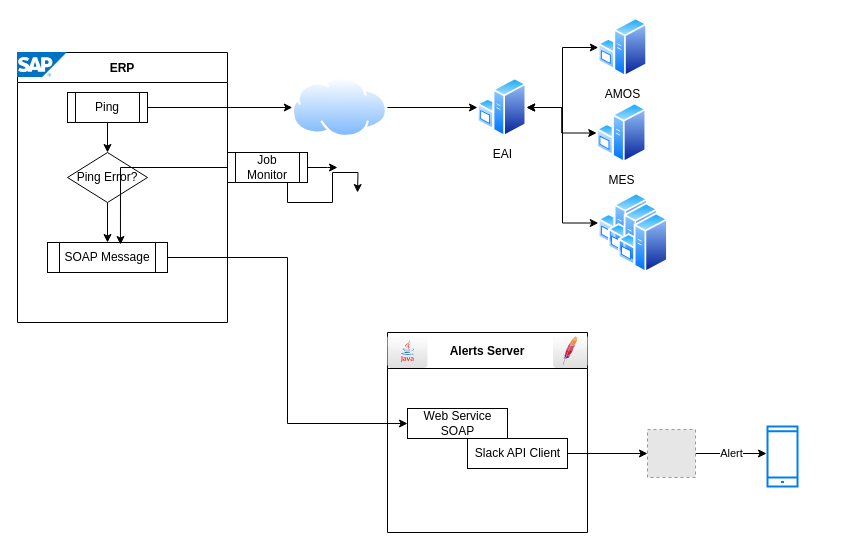
Before: Untitled Diagram.drawio in renemaldonado/mmx, a draw.io diagram. Source tidied: cells renumbered, new cells numbered last; positions are measured from the earlier drawing's top-left corner, leaving out a move shared by most shapes. Both pictures are drawn from the tidied source at 100%, with x=0, y=0 at pixel (17, 17). Pictures stored in the file or linked from it are replaced by grey dashed boxes.
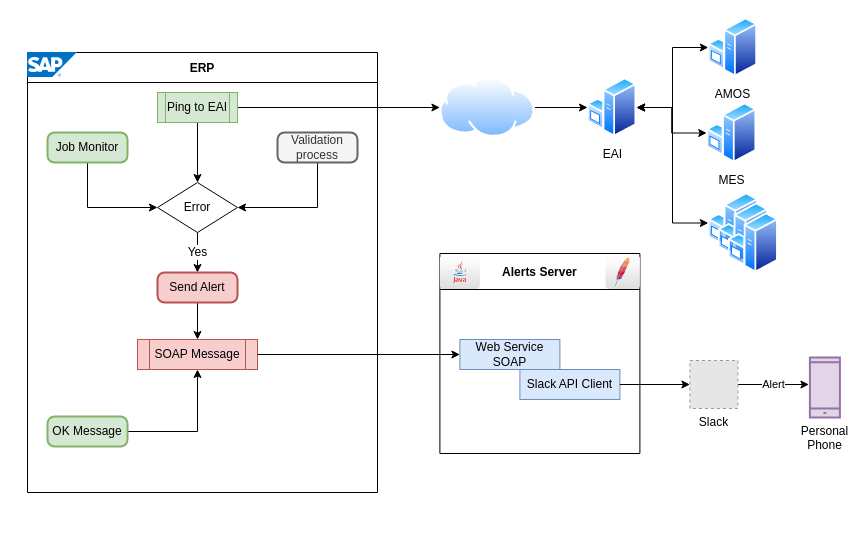
After the change.

Change to the diagram source:
```diff
@@
     <mxCell id="3" style="perimeter=ellipsePerimeter;html=1;align=center;shadow=0;dashed=0;spacingTop=3;image;image=img/lib/active_directory/internet_cloud.svg;" parent="1" vertex="1">
-      <mxGeometry x="274.8" y="60" width="95.2" height="60" as="geometry" />
+      <mxGeometry x="422.4" y="60" width="95.2" height="60" as="geometry" />
     </mxCell>
@@
     <mxCell id="7" value="EAI" style="perimeter=ellipsePerimeter;html=1;align=center;shadow=0;dashed=0;spacingTop=3;image;image=img/lib/active_directory/windows_server.svg;" parent="1" vertex="1">
-      <mxGeometry x="460" y="60" width="49.2" height="60" as="geometry" />
+      <mxGeometry x="570" y="60" width="49.2" height="60" as="geometry" />
     </mxCell>
@@
-    <mxCell id="10" value="Ping" style="shape=process;whiteSpace=wrap;html=1;backgroundOutline=1;" parent="1" vertex="1">
-      <mxGeometry x="50" y="75" width="80" height="30" as="geometry" />
+    <mxCell id="10" value="Ping to EAI" style="shape=process;whiteSpace=wrap;html=1;backgroundOutline=1;fillColor=#d5e8d4;strokeColor=#82b366;" parent="1" vertex="1">
+      <mxGeometry x="140" y="75" width="80" height="30" as="geometry" />
     </mxCell>
-    <mxCell id="11" style="edgeStyle=orthogonalEdgeStyle;rounded=0;jettySize=auto;html=1;entryX=0.5;entryY=0;entryDx=0;entryDy=0;" parent="1" edge="1" source="12" target="14">
-      <mxGeometry relative="1" as="geometry" />
-    </mxCell>
-    <mxCell id="12" value="Ping Error?" style="rhombus;whiteSpace=wrap;html=1;" parent="1" vertex="1">
-      <mxGeometry x="50" y="135" width="80" height="50" as="geometry" />
-    </mxCell>
     <mxCell id="13" value="ERP" style="swimlane;startSize=30;" parent="1" vertex="1">
-      <mxGeometry y="35" width="210" height="270" as="geometry" />
+      <mxGeometry x="10" y="35" width="350" height="440" as="geometry" />
     </mxCell>
-    <mxCell id="14" value="SOAP Message" style="shape=process;whiteSpace=wrap;html=1;backgroundOutline=1;" parent="13" vertex="1">
-      <mxGeometry x="30" y="190" width="120" height="30" as="geometry" />
+    <mxCell id="14" value="SOAP Message" style="shape=process;whiteSpace=wrap;html=1;backgroundOutline=1;fillColor=#f8cecc;strokeColor=#b85450;" parent="13" vertex="1">
+      <mxGeometry x="110" y="287" width="120" height="30" as="geometry" />
     </mxCell>
@@
+    <mxCell id="35" value="Yes" style="edgeStyle=orthogonalEdgeStyle;rounded=0;jettySize=auto;html=1;entryX=0.5;entryY=0;entryDx=0;entryDy=0;startArrow=none;startFill=0;fontSize=12;" parent="13" edge="1" source="12" target="40">
+      <mxGeometry relative="1" as="geometry" />
+    </mxCell>
+    <mxCell id="12" value="Error" style="rhombus;whiteSpace=wrap;html=1;" parent="13" vertex="1">
+      <mxGeometry x="130" y="130" width="80" height="50" as="geometry" />
+    </mxCell>
+    <mxCell id="36" style="edgeStyle=orthogonalEdgeStyle;rounded=0;jettySize=auto;html=1;entryX=1;entryY=0.5;entryDx=0;entryDy=0;startArrow=none;startFill=0;fontSize=12;exitX=0.5;exitY=1;exitDx=0;exitDy=0;" parent="13" edge="1" source="37" target="12">
+      <mxGeometry relative="1" as="geometry" />
+    </mxCell>
+    <mxCell id="37" value="Validation process" style="rounded=1;whiteSpace=wrap;html=1;absoluteArcSize=1;arcSize=14;strokeWidth=2;fontSize=12;fillColor=#f5f5f5;strokeColor=#666666;fontColor=#333333;" parent="13" vertex="1">
+      <mxGeometry x="250" y="80" width="80" height="30" as="geometry" />
+    </mxCell>
+    <mxCell id="38" style="edgeStyle=orthogonalEdgeStyle;rounded=0;jettySize=auto;html=1;entryX=0;entryY=0.5;entryDx=0;entryDy=0;startArrow=none;startFill=0;fontSize=12;exitX=0.5;exitY=1;exitDx=0;exitDy=0;" parent="13" edge="1" source="30" target="12">
+      <mxGeometry relative="1" as="geometry" />
+    </mxCell>
+    <mxCell id="30" value="Job Monitor" style="rounded=1;whiteSpace=wrap;html=1;absoluteArcSize=1;arcSize=14;strokeWidth=2;fontSize=12;fillColor=#d5e8d4;strokeColor=#82b366;" parent="13" vertex="1">
+      <mxGeometry x="20" y="80" width="80" height="30" as="geometry" />
+    </mxCell>
+    <mxCell id="39" style="edgeStyle=orthogonalEdgeStyle;rounded=0;jettySize=auto;html=1;entryX=0.5;entryY=0;entryDx=0;entryDy=0;startArrow=none;startFill=0;fontSize=12;" parent="13" edge="1" source="40" target="14">
+      <mxGeometry relative="1" as="geometry" />
+    </mxCell>
+    <mxCell id="40" value="Send Alert" style="rounded=1;whiteSpace=wrap;html=1;absoluteArcSize=1;arcSize=14;strokeWidth=2;fontSize=12;fillColor=#f8cecc;strokeColor=#b85450;" parent="13" vertex="1">
+      <mxGeometry x="130" y="220" width="80" height="30" as="geometry" />
+    </mxCell>
+    <mxCell id="41" style="edgeStyle=orthogonalEdgeStyle;rounded=0;jettySize=auto;html=1;entryX=0.5;entryY=1;entryDx=0;entryDy=0;startArrow=none;startFill=0;fontSize=12;" parent="13" edge="1" source="42" target="14">
+      <mxGeometry relative="1" as="geometry" />
+    </mxCell>
+    <mxCell id="42" value="OK Message" style="rounded=1;whiteSpace=wrap;html=1;absoluteArcSize=1;arcSize=14;strokeWidth=2;fontSize=12;fillColor=#d5e8d4;strokeColor=#82b366;" parent="13" vertex="1">
+      <mxGeometry x="20" y="364" width="80" height="30" as="geometry" />
+    </mxCell>
     <mxCell id="16" value="Alerts Server" style="swimlane;startSize=36;" parent="1" vertex="1">
-      <mxGeometry x="370" y="315" width="200" height="200" as="geometry" />
+      <mxGeometry x="422.4" y="236" width="200" height="200" as="geometry" />
     </mxCell>
@@
-    <mxCell id="18" value="Web Service&lt;br&gt;SOAP" style="html=1;rounded=0;" parent="16" vertex="1">
-      <mxGeometry x="20" y="76" width="100" height="30" as="geometry" />
+    <mxCell id="18" value="Web Service&lt;br&gt;SOAP" style="html=1;rounded=0;fillColor=#dae8fc;strokeColor=#6c8ebf;" parent="16" vertex="1">
+      <mxGeometry x="20" y="86" width="100" height="30" as="geometry" />
     </mxCell>
-    <mxCell id="19" value="Slack API Client" style="html=1;rounded=0;" parent="16" vertex="1">
-      <mxGeometry x="80" y="106" width="100" height="30" as="geometry" />
+    <mxCell id="19" value="Slack API Client" style="html=1;rounded=0;fillColor=#dae8fc;strokeColor=#6c8ebf;" parent="16" vertex="1">
+      <mxGeometry x="80" y="116" width="100" height="30" as="geometry" />
     </mxCell>
@@
-    <mxCell id="22" style="html=1;verticalLabelPosition=bottom;align=center;labelBackgroundColor=#ffffff;verticalAlign=top;strokeWidth=2;strokeColor=#0080F0;shadow=0;dashed=0;shape=mxgraph.ios7.icons.smartphone;" parent="1" vertex="1">
-      <mxGeometry x="750" y="409" width="30" height="60" as="geometry" />
+    <mxCell id="22" value="Personal &lt;br&gt;Phone" style="html=1;verticalLabelPosition=bottom;align=center;labelBackgroundColor=#ffffff;verticalAlign=top;strokeWidth=2;strokeColor=#9673a6;shadow=0;dashed=0;shape=mxgraph.ios7.icons.smartphone;fillColor=#e1d5e7;" parent="1" vertex="1">
+      <mxGeometry x="792.4" y="340" width="30" height="60" as="geometry" />
     </mxCell>
-    <mxCell id="23" style="edgeStyle=orthogonalEdgeStyle;rounded=0;jettySize=auto;html=1;entryX=0;entryY=0.5;entryDx=0;entryDy=0;" parent="1" edge="1" source="14" target="18">
+    <mxCell id="23" style="edgeStyle=orthogonalEdgeStyle;rounded=0;jettySize=auto;html=1;entryX=0;entryY=0.5;entryDx=0;entryDy=0;exitX=1;exitY=0.5;exitDx=0;exitDy=0;" parent="1" edge="1" source="14" target="18">
       <mxGeometry relative="1" as="geometry" />
     </mxCell>
@@
-    <mxCell id="25" style="fillColor=#E6E6E6;strokeColor=#999999;dashed=1;html=1;verticalAlign=top;verticalLabelPosition=bottom;labelBackgroundColor=#ffffff;" parent="1" vertex="1">
-      <mxGeometry x="630" y="412" width="48" height="48" as="geometry" />
+    <mxCell id="25" value="Slack" style="fillColor=#E6E6E6;strokeColor=#999999;dashed=1;html=1;verticalAlign=top;verticalLabelPosition=bottom;labelBackgroundColor=#ffffff;" parent="1" vertex="1">
+      <mxGeometry x="672.4" y="343" width="48" height="48" as="geometry" />
     </mxCell>
     <mxCell id="26" value="AMOS" style="perimeter=ellipsePerimeter;html=1;align=center;shadow=0;dashed=0;spacingTop=3;image;image=img/lib/active_directory/windows_server.svg;" parent="1" vertex="1">
-      <mxGeometry x="580.8" width="49.2" height="60" as="geometry" />
+      <mxGeometry x="690.8" width="49.2" height="60" as="geometry" />
     </mxCell>
-    <mxCell id="27" style="edgeStyle=orthogonalEdgeStyle;rounded=0;jettySize=auto;html=1;fontSize=12;" parent="1" edge="1" source="30">
-      <mxGeometry relative="1" as="geometry">
-        <mxPoint x="320" y="150" as="targetPoint" />
-      </mxGeometry>
-    </mxCell>
-    <mxCell id="28" style="edgeStyle=orthogonalEdgeStyle;rounded=0;jettySize=auto;html=1;entryX=0.608;entryY=0.067;entryDx=0;entryDy=0;entryPerimeter=0;fontSize=12;" parent="1" edge="1" source="30" target="14">
-      <mxGeometry relative="1" as="geometry" />
-    </mxCell>
-    <mxCell id="29" style="edgeStyle=orthogonalEdgeStyle;rounded=0;jettySize=auto;html=1;exitX=0.75;exitY=1;exitDx=0;exitDy=0;fontSize=12;" parent="1" edge="1" source="30">
-      <mxGeometry relative="1" as="geometry">
-        <mxPoint x="340" y="175" as="targetPoint" />
-      </mxGeometry>
-    </mxCell>
-    <mxCell id="30" value="Job Monitor" style="shape=process;whiteSpace=wrap;html=1;backgroundOutline=1;" parent="1" vertex="1">
-      <mxGeometry x="210" y="135" width="80" height="30" as="geometry" />
-    </mxCell>
     <mxCell id="31" value="MES" style="perimeter=ellipsePerimeter;html=1;align=center;shadow=0;dashed=0;spacingTop=3;image;image=img/lib/active_directory/windows_server.svg;" parent="1" vertex="1">
-      <mxGeometry x="579.2" y="85" width="50" height="61" as="geometry" />
+      <mxGeometry x="689.2" y="85" width="50" height="61" as="geometry" />
     </mxCell>
     <mxCell id="32" style="perimeter=ellipsePerimeter;html=1;align=center;shadow=0;dashed=0;spacingTop=3;image;image=img/lib/active_directory/windows_server.svg;" parent="1" vertex="1">
-      <mxGeometry x="580.8" y="175" width="50" height="61" as="geometry" />
+      <mxGeometry x="690.8" y="175" width="50" height="61" as="geometry" />
     </mxCell>
     <mxCell id="33" style="perimeter=ellipsePerimeter;html=1;align=center;shadow=0;dashed=0;spacingTop=3;image;image=img/lib/active_directory/windows_server.svg;" parent="1" vertex="1">
-      <mxGeometry x="590.8" y="185" width="50" height="61" as="geometry" />
+      <mxGeometry x="700.8" y="185" width="50" height="61" as="geometry" />
     </mxCell>
     <mxCell id="34" style="perimeter=ellipsePerimeter;html=1;align=center;shadow=0;dashed=0;spacingTop=3;image;image=img/lib/active_directory/windows_server.svg;" parent="1" vertex="1">
-      <mxGeometry x="600.8" y="195" width="50" height="61" as="geometry" />
+      <mxGeometry x="710.8" y="195" width="50" height="61" as="geometry" />
     </mxCell>
```
